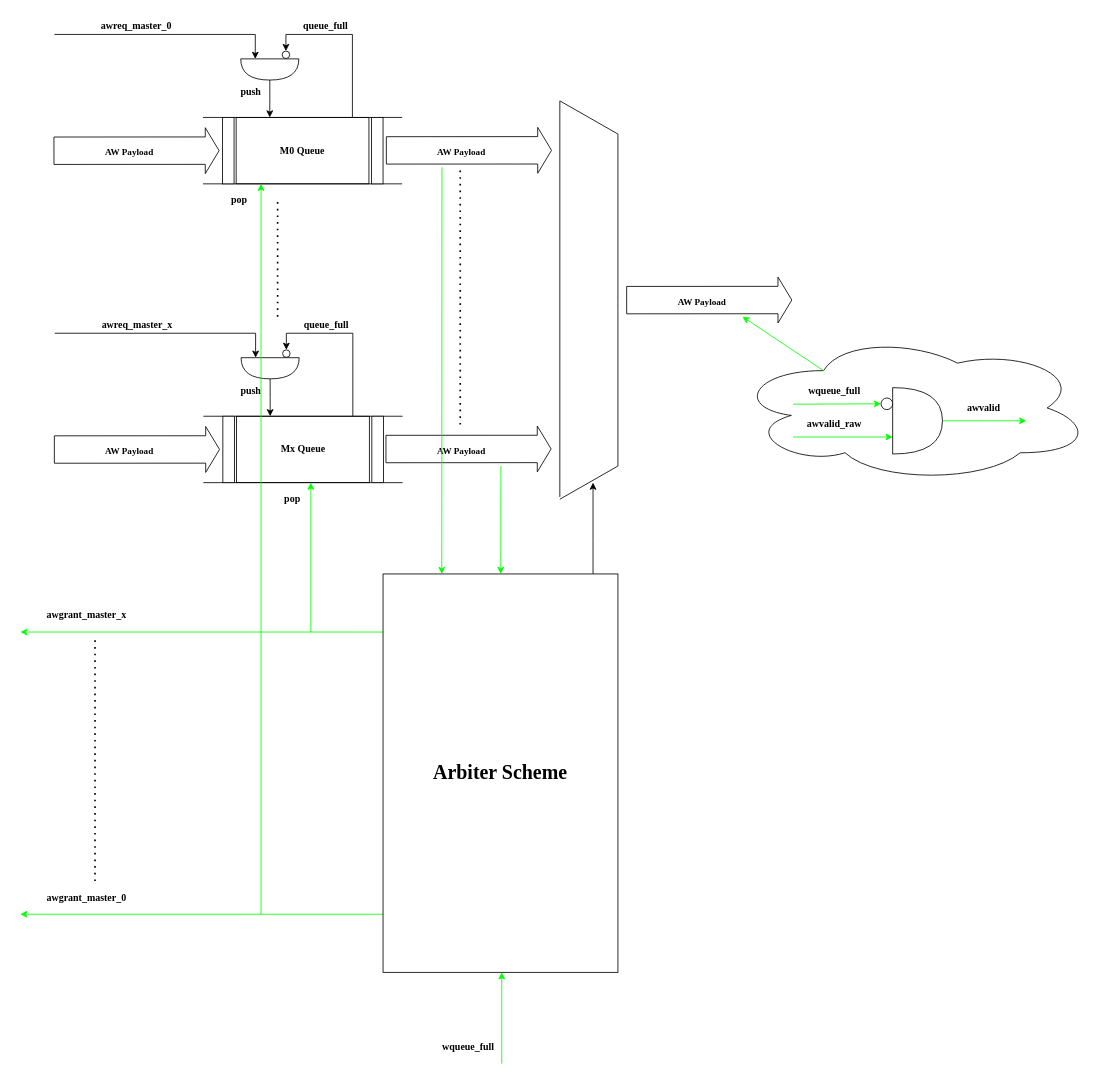
Earlier version of the draw.io diagram page "AW Arbiter" (4 of 9) of VG_AxiBus/Doc/reg_free.drawio (nguyenquanicd/VG_RTL). Source tidied: cells renumbered, new cells numbered last; positions are measured from the earlier drawing's top-left corner, leaving out a move shared by most shapes. Both pictures are drawn from the tidied source at 83%, with x=0, y=0 at pixel (20, 17).
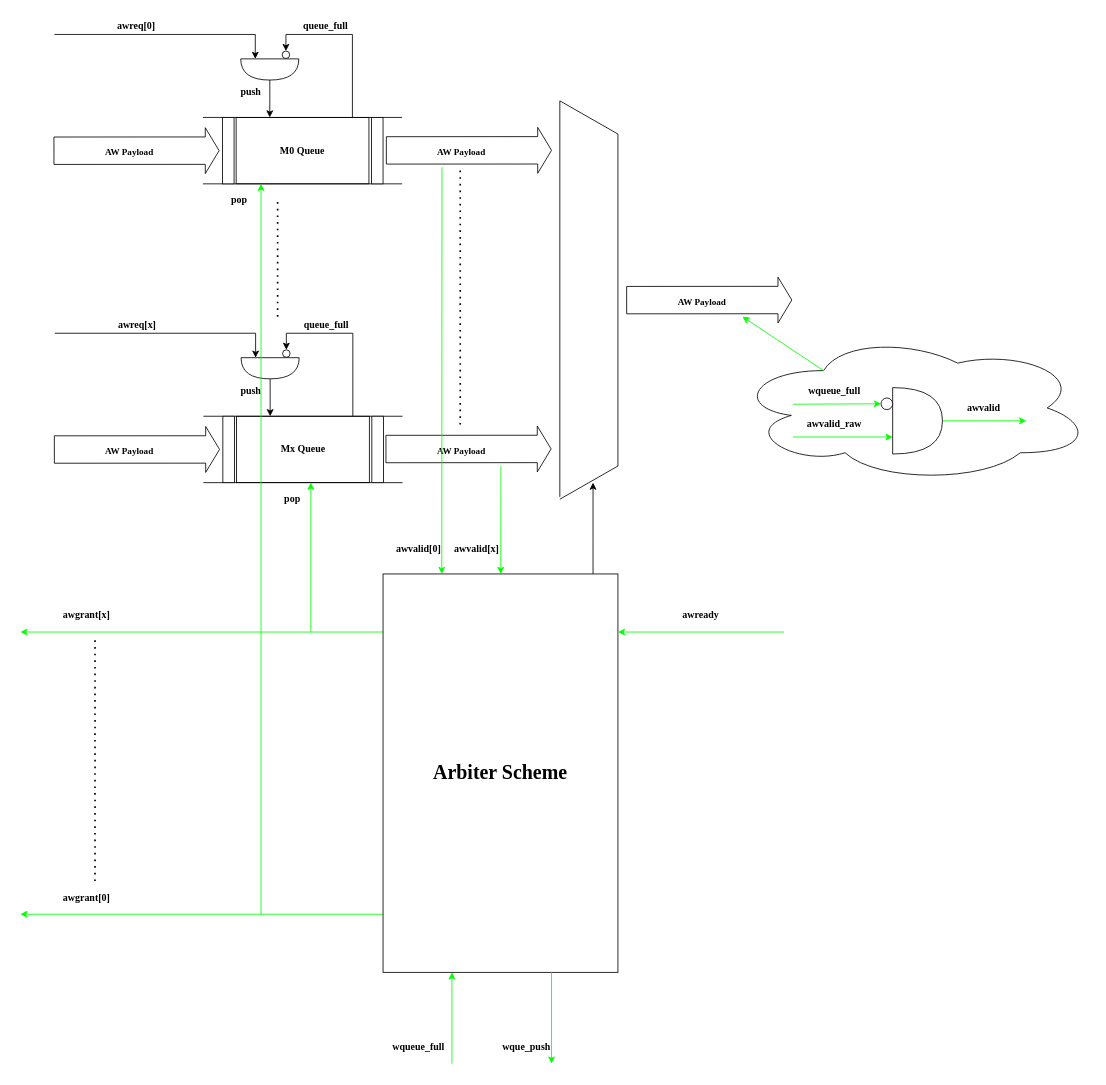
The same page after the edit.

What changed in the source:
```diff
@@
-    <mxCell id="4" value="&lt;font face=&quot;Times New Roman&quot;&gt;&lt;b&gt;awreq_master_0&lt;/b&gt;&lt;/font&gt;" style="text;html=1;strokeColor=none;fillColor=none;align=center;verticalAlign=middle;whiteSpace=wrap;rounded=0;" parent="1" vertex="1">
+    <mxCell id="4" value="&lt;font face=&quot;Times New Roman&quot;&gt;&lt;b&gt;awreq[0]&lt;/b&gt;&lt;/font&gt;" style="text;html=1;strokeColor=none;fillColor=none;align=center;verticalAlign=middle;whiteSpace=wrap;rounded=0;" parent="1" vertex="1">
       <mxGeometry x="120" width="40" height="20" as="geometry" />
     </mxCell>
@@
-    <mxCell id="19" value="&lt;font face=&quot;Times New Roman&quot;&gt;&lt;b&gt;awreq_master_x&lt;/b&gt;&lt;/font&gt;" style="text;html=1;strokeColor=none;fillColor=none;align=center;verticalAlign=middle;whiteSpace=wrap;rounded=0;" parent="1" vertex="1">
+    <mxCell id="19" value="&lt;font face=&quot;Times New Roman&quot;&gt;&lt;b&gt;awreq[x]&lt;/b&gt;&lt;/font&gt;" style="text;html=1;strokeColor=none;fillColor=none;align=center;verticalAlign=middle;whiteSpace=wrap;rounded=0;" parent="1" vertex="1">
       <mxGeometry x="120.5" y="360" width="40" height="20" as="geometry" />
     </mxCell>
@@
-    <mxCell id="55" value="&lt;font face=&quot;Times New Roman&quot;&gt;&lt;b&gt;awgrant_master_x&lt;/b&gt;&lt;/font&gt;" style="text;html=1;strokeColor=none;fillColor=none;align=center;verticalAlign=middle;whiteSpace=wrap;rounded=0;" parent="1" vertex="1">
+    <mxCell id="55" value="&lt;font face=&quot;Times New Roman&quot;&gt;&lt;b&gt;awgrant[x]&lt;/b&gt;&lt;/font&gt;" style="text;html=1;strokeColor=none;fillColor=none;align=center;verticalAlign=middle;whiteSpace=wrap;rounded=0;" parent="1" vertex="1">
       <mxGeometry x="60" y="709" width="40" height="20" as="geometry" />
     </mxCell>
-    <mxCell id="56" value="&lt;font face=&quot;Times New Roman&quot;&gt;&lt;b&gt;awgrant_master_0&lt;/b&gt;&lt;/font&gt;" style="text;html=1;strokeColor=none;fillColor=none;align=center;verticalAlign=middle;whiteSpace=wrap;rounded=0;" parent="1" vertex="1">
+    <mxCell id="56" value="&lt;font face=&quot;Times New Roman&quot;&gt;&lt;b&gt;awgrant[0]&lt;/b&gt;&lt;/font&gt;" style="text;html=1;strokeColor=none;fillColor=none;align=center;verticalAlign=middle;whiteSpace=wrap;rounded=0;" parent="1" vertex="1">
       <mxGeometry x="60" y="1050" width="40" height="20" as="geometry" />
     </mxCell>
     <mxCell id="57" style="endArrow=classic;html=1;strokeColor=#00FF00;" parent="1" edge="1">
       <mxGeometry relative="1" as="geometry">
-        <mxPoint x="580" y="1260" as="sourcePoint" />
-        <mxPoint x="580" y="1150" as="targetPoint" />
+        <mxPoint x="520" y="1260" as="sourcePoint" />
+        <mxPoint x="520" y="1150" as="targetPoint" />
       </mxGeometry>
     </mxCell>
     <mxCell id="58" value="&lt;font face=&quot;Times New Roman&quot;&gt;&lt;b&gt;wqueue_full&lt;/b&gt;&lt;/font&gt;" style="text;html=1;strokeColor=none;fillColor=none;align=center;verticalAlign=middle;whiteSpace=wrap;rounded=0;" parent="1" vertex="1">
-      <mxGeometry x="520" y="1230" width="40" height="20" as="geometry" />
+      <mxGeometry x="460" y="1230" width="40" height="20" as="geometry" />
     </mxCell>
@@
+    <mxCell id="69" style="endArrow=classic;html=1;strokeColor=#00FF00;" parent="1" edge="1">
+      <mxGeometry relative="1" as="geometry">
+        <mxPoint x="920" y="740" as="sourcePoint" />
+        <mxPoint x="720" y="740" as="targetPoint" />
+      </mxGeometry>
+    </mxCell>
+    <mxCell id="70" value="&lt;font face=&quot;Times New Roman&quot;&gt;&lt;b&gt;awready&lt;/b&gt;&lt;/font&gt;" style="text;html=1;strokeColor=none;fillColor=none;align=center;verticalAlign=middle;whiteSpace=wrap;rounded=0;" parent="1" vertex="1">
+      <mxGeometry x="800" y="709" width="40" height="20" as="geometry" />
+    </mxCell>
+    <mxCell id="71" style="endArrow=classic;html=1;strokeColor=#00FF00;" parent="1" edge="1">
+      <mxGeometry relative="1" as="geometry">
+        <mxPoint x="640" y="1150" as="sourcePoint" />
+        <mxPoint x="640" y="1260" as="targetPoint" />
+      </mxGeometry>
+    </mxCell>
+    <mxCell id="72" value="&lt;font face=&quot;Times New Roman&quot;&gt;&lt;b&gt;wque_push&lt;/b&gt;&lt;/font&gt;" style="text;html=1;strokeColor=none;fillColor=none;align=center;verticalAlign=middle;whiteSpace=wrap;rounded=0;" parent="1" vertex="1">
+      <mxGeometry x="590" y="1230" width="40" height="20" as="geometry" />
+    </mxCell>
+    <mxCell id="73" value="&lt;font face=&quot;Times New Roman&quot;&gt;&lt;b&gt;awvalid[0]&lt;/b&gt;&lt;/font&gt;" style="text;html=1;strokeColor=none;fillColor=none;align=center;verticalAlign=middle;whiteSpace=wrap;rounded=0;" parent="1" vertex="1">
+      <mxGeometry x="460" y="630" width="40" height="20" as="geometry" />
+    </mxCell>
+    <mxCell id="74" value="&lt;font face=&quot;Times New Roman&quot;&gt;&lt;b&gt;awvalid[x]&lt;/b&gt;&lt;/font&gt;" style="text;html=1;strokeColor=none;fillColor=none;align=center;verticalAlign=middle;whiteSpace=wrap;rounded=0;" parent="1" vertex="1">
+      <mxGeometry x="530" y="630" width="40" height="20" as="geometry" />
+    </mxCell>
```
